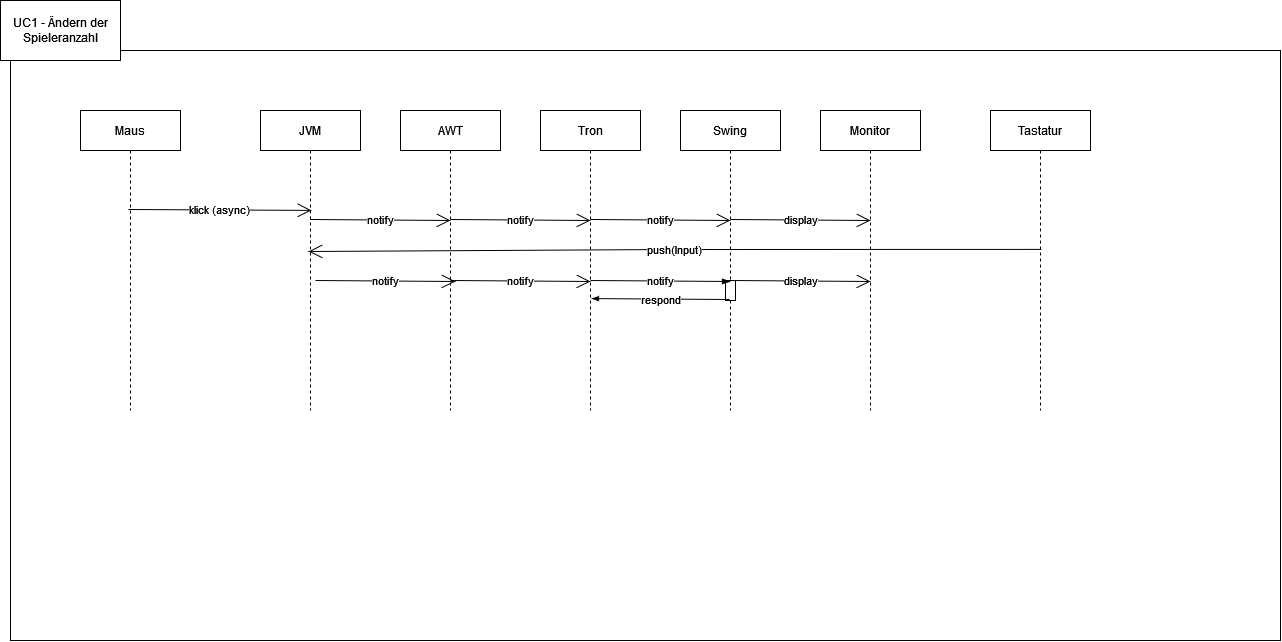
Before: Arc42/Assets/technischer Kontext-UC1.drawio.png, a diagram exported from draw.io (MorenoS96/vsp). Source tidied: cells renumbered, new cells last; positions are measured from the earlier drawing's top-left corner, leaving out a move shared by most shapes.
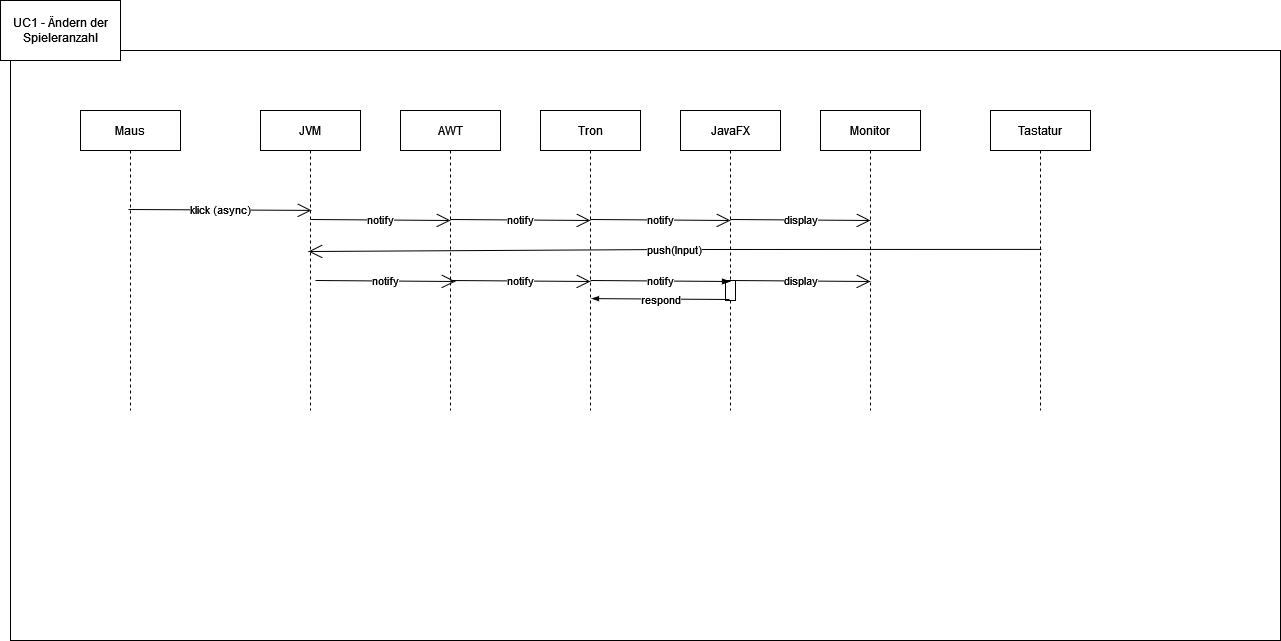
Later version of the same file.

What changed in the source:
```diff
@@ -41,7 +41,7 @@
         <mxPoint x="50" y="110" as="targetPoint" />
       </mxGeometry>
     </mxCell>
-    <mxCell id="12" value="Swing" style="shape=umlLifeline;perimeter=lifelinePerimeter;rounded=0;shadow=0;strokeWidth=1;" parent="1" vertex="1">
+    <mxCell id="12" value="JavaFX" style="shape=umlLifeline;perimeter=lifelinePerimeter;rounded=0;shadow=0;strokeWidth=1;" parent="1" vertex="1">
       <mxGeometry x="680" y="110" width="100" height="300" as="geometry" />
     </mxCell>
     <mxCell id="13" value="notify" style="endArrow=open;html=1;rounded=0;exitX=0.48;exitY=0.33;exitDx=0;exitDy=0;exitPerimeter=0;endFill=0;endSize=12;" parent="12" edge="1">
```
